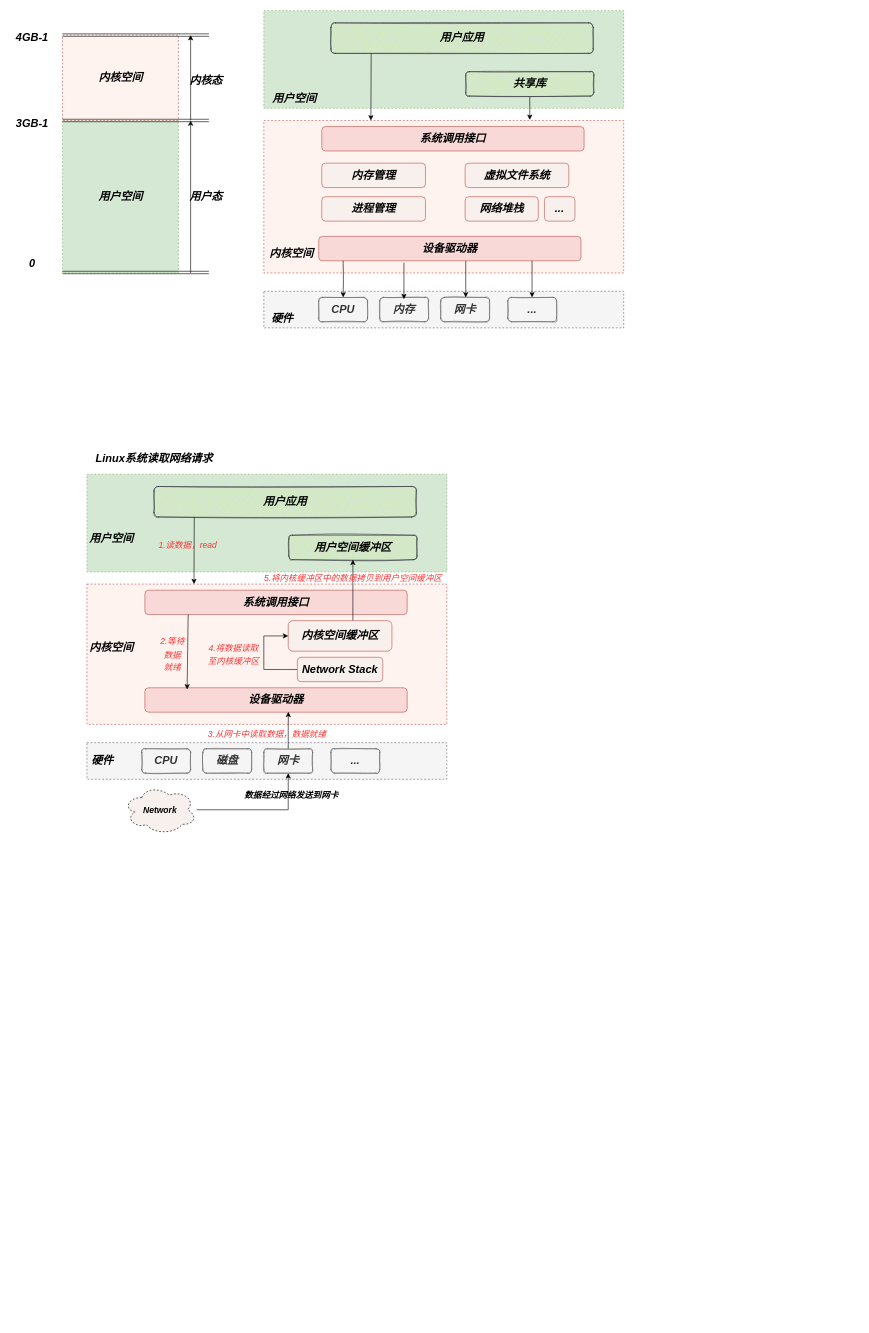
Bukayoooo/Draws keeps this draw.io diagram as network.drawio. Above is the earlier version. Source tidied: cells renumbered, new cells numbered last; positions are measured from the earlier drawing's top-left corner, leaving out a move shared by most shapes. Both pictures are drawn from the tidied source at 61%, with x=0, y=0 at pixel (10, 10).
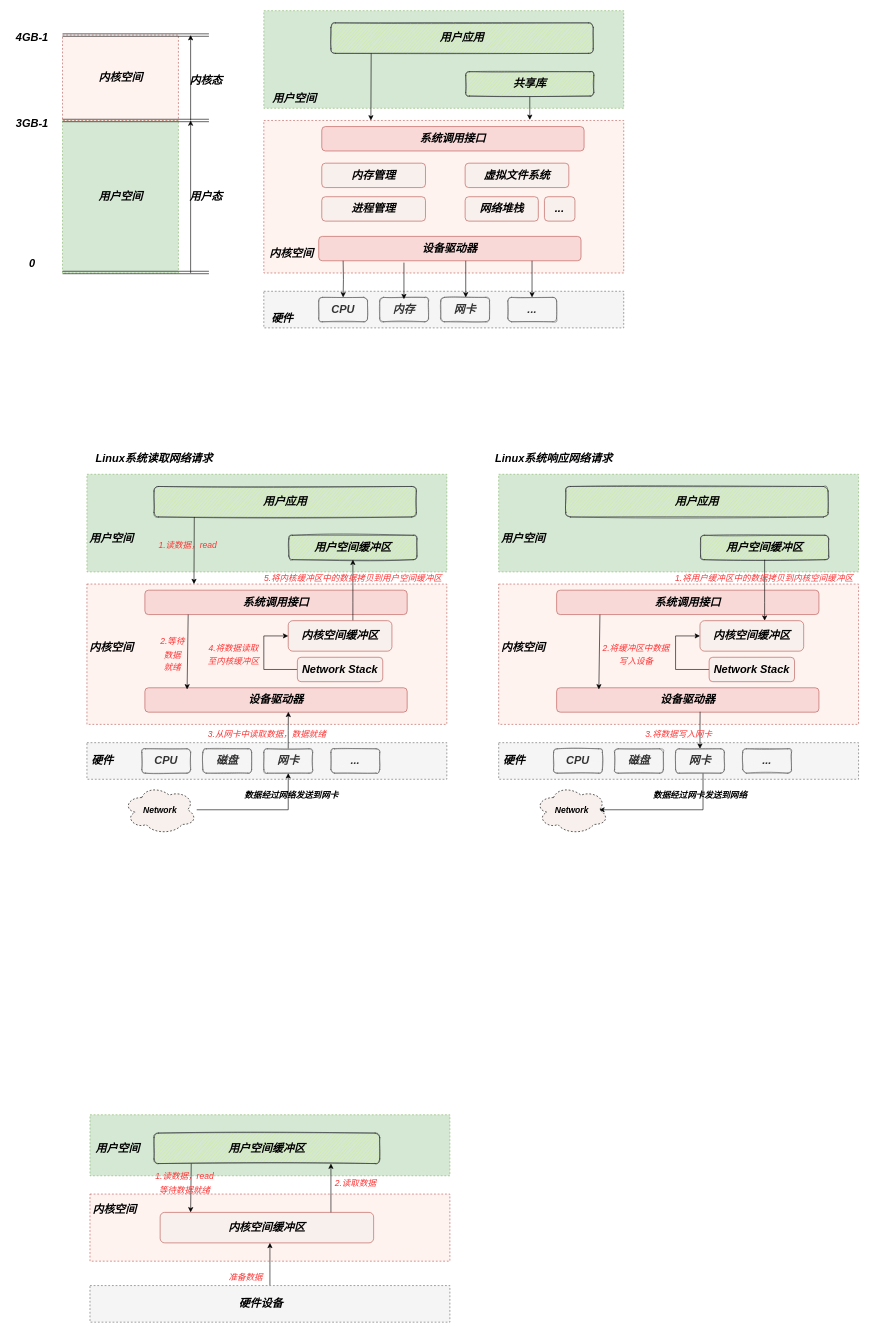
After the change.

What changed in the source:
```diff
@@
+    <mxCell id="71" value="&lt;b&gt;&lt;i&gt;Linux系统响应网络请求&lt;/i&gt;&lt;/b&gt;" style="text;html=1;align=center;verticalAlign=middle;strokeColor=none;fillColor=none;fontSize=18;" parent="1" vertex="1">
+      <mxGeometry x="785" y="720" width="210" height="30" as="geometry" />
+    </mxCell>
+    <mxCell id="72" style="rounded=0;whiteSpace=wrap;html=1;sketch=0;fontSize=18;dashed=1;fillColor=#d5e8d4;strokeColor=#82b366;shadow=0;" parent="1" vertex="1">
+      <mxGeometry x="800" y="760" width="590" height="160" as="geometry" />
+    </mxCell>
+    <mxCell id="73" value="&lt;font style=&quot;font-size: 18px;&quot;&gt;&lt;b&gt;&lt;i&gt;用户应用&lt;/i&gt;&lt;/b&gt;&lt;/font&gt;" style="rounded=1;whiteSpace=wrap;html=1;fillColor=#cdeb8b;strokeColor=#36393d;sketch=1;" parent="1" vertex="1">
+      <mxGeometry x="910" y="780" width="430" height="50" as="geometry" />
+    </mxCell>
+    <mxCell id="74" value="&lt;span style=&quot;font-size: 18px;&quot;&gt;&lt;b&gt;&lt;i&gt;用户空间缓冲区&lt;/i&gt;&lt;/b&gt;&lt;/span&gt;" style="rounded=1;whiteSpace=wrap;html=1;fillColor=#cdeb8b;strokeColor=#36393d;sketch=1;" parent="1" vertex="1">
+      <mxGeometry x="1131" y="860" width="210" height="40" as="geometry" />
+    </mxCell>
+    <mxCell id="75" value="&lt;b&gt;&lt;i&gt;用户空间&lt;/i&gt;&lt;/b&gt;" style="text;html=1;align=center;verticalAlign=middle;strokeColor=none;fillColor=none;fontSize=18;" parent="1" vertex="1">
+      <mxGeometry x="795" y="850" width="90" height="30" as="geometry" />
+    </mxCell>
+    <mxCell id="76" style="rounded=0;whiteSpace=wrap;html=1;sketch=0;fontSize=18;dashed=1;fillColor=#FFF3F0;strokeColor=#b85450;shadow=0;" parent="1" vertex="1">
+      <mxGeometry x="800" y="940" width="590" height="230" as="geometry" />
+    </mxCell>
+    <mxCell id="77" value="&lt;font style=&quot;font-size: 18px;&quot;&gt;&lt;b&gt;&lt;i&gt;系统调用接口&lt;/i&gt;&lt;/b&gt;&lt;/font&gt;" style="rounded=1;whiteSpace=wrap;html=1;fillColor=#F8D9D8;strokeColor=#b85450;sketch=0;" parent="1" vertex="1">
+      <mxGeometry x="895" y="950" width="430" height="40" as="geometry" />
+    </mxCell>
+    <mxCell id="78" value="&lt;b&gt;&lt;i&gt;内核空间&lt;/i&gt;&lt;/b&gt;" style="text;html=1;align=center;verticalAlign=middle;strokeColor=none;fillColor=none;fontSize=18;" parent="1" vertex="1">
+      <mxGeometry x="795" y="1030" width="90" height="30" as="geometry" />
+    </mxCell>
+    <mxCell id="79" style="edgeStyle=orthogonalEdgeStyle;rounded=0;jettySize=auto;html=1;entryX=0.5;entryY=1;entryDx=0;entryDy=0;fontSize=14;endArrow=none;endFill=0;startArrow=classic;startFill=1;" parent="1" edge="1" source="80" target="74">
+      <mxGeometry relative="1" as="geometry">
+        <Array as="points">
+          <mxPoint x="1236" y="970" />
+          <mxPoint x="1236" y="970" />
+        </Array>
+      </mxGeometry>
+    </mxCell>
+    <mxCell id="80" value="&lt;span style=&quot;font-size: 18px;&quot;&gt;&lt;b&gt;&lt;i&gt;内核空间缓冲区&lt;/i&gt;&lt;/b&gt;&lt;/span&gt;" style="rounded=1;whiteSpace=wrap;html=1;fillColor=#F8F0EC;strokeColor=#b85450;sketch=0;" parent="1" vertex="1">
+      <mxGeometry x="1130" y="1000" width="170" height="50" as="geometry" />
+    </mxCell>
+    <mxCell id="81" value="&lt;span style=&quot;font-size: 18px;&quot;&gt;&lt;b&gt;&lt;i&gt;设备驱动器&lt;/i&gt;&lt;/b&gt;&lt;/span&gt;" style="rounded=1;whiteSpace=wrap;html=1;fillColor=#F8D9D8;strokeColor=#b85450;sketch=0;" parent="1" vertex="1">
+      <mxGeometry x="895" y="1110" width="430" height="40" as="geometry" />
+    </mxCell>
+    <mxCell id="82" style="rounded=0;whiteSpace=wrap;html=1;sketch=0;fontSize=18;dashed=1;fillColor=#f5f5f5;strokeColor=#666666;shadow=0;fontColor=#333333;" parent="1" vertex="1">
+      <mxGeometry x="800" y="1200" width="590" height="60" as="geometry" />
+    </mxCell>
+    <mxCell id="83" value="&lt;span style=&quot;font-size: 18px;&quot;&gt;&lt;b&gt;&lt;i&gt;CPU&lt;/i&gt;&lt;/b&gt;&lt;/span&gt;" style="rounded=1;whiteSpace=wrap;html=1;fillColor=#f5f5f5;strokeColor=#666666;sketch=1;fontColor=#333333;" parent="1" vertex="1">
+      <mxGeometry x="890" y="1210" width="80" height="40" as="geometry" />
+    </mxCell>
+    <mxCell id="84" value="&lt;b&gt;&lt;i&gt;硬件&lt;/i&gt;&lt;/b&gt;" style="text;html=1;align=center;verticalAlign=middle;strokeColor=none;fillColor=none;fontSize=18;" parent="1" vertex="1">
+      <mxGeometry x="800" y="1215" width="50" height="30" as="geometry" />
+    </mxCell>
+    <mxCell id="85" value="&lt;span style=&quot;font-size: 18px;&quot;&gt;&lt;b&gt;&lt;i&gt;磁盘&lt;/i&gt;&lt;/b&gt;&lt;/span&gt;" style="rounded=1;whiteSpace=wrap;html=1;fillColor=#f5f5f5;strokeColor=#666666;sketch=1;fontColor=#333333;" parent="1" vertex="1">
+      <mxGeometry x="990" y="1210" width="80" height="40" as="geometry" />
+    </mxCell>
+    <mxCell id="86" style="edgeStyle=orthogonalEdgeStyle;rounded=0;jettySize=auto;html=1;fontSize=18;entryX=0.547;entryY=0.983;entryDx=0;entryDy=0;entryPerimeter=0;endArrow=none;endFill=0;startArrow=classic;startFill=1;" parent="1" edge="1" source="88" target="81">
+      <mxGeometry relative="1" as="geometry" />
+    </mxCell>
+    <mxCell id="87" style="edgeStyle=orthogonalEdgeStyle;rounded=0;jettySize=auto;html=1;entryX=0.875;entryY=0.5;entryDx=0;entryDy=0;entryPerimeter=0;fontSize=14;fontColor=#FF3333;startArrow=none;startFill=0;endArrow=classic;endFill=1;" parent="1" edge="1" source="88" target="91">
+      <mxGeometry relative="1" as="geometry">
+        <Array as="points">
+          <mxPoint x="1135" y="1310" />
+        </Array>
+      </mxGeometry>
+    </mxCell>
+    <mxCell id="88" value="&lt;span style=&quot;font-size: 18px;&quot;&gt;&lt;b&gt;&lt;i&gt;网卡&lt;/i&gt;&lt;/b&gt;&lt;/span&gt;" style="rounded=1;whiteSpace=wrap;html=1;fillColor=#f5f5f5;strokeColor=#666666;sketch=1;fontColor=#333333;" parent="1" vertex="1">
+      <mxGeometry x="1090" y="1210" width="80" height="40" as="geometry" />
+    </mxCell>
+    <mxCell id="89" value="&lt;span style=&quot;font-size: 18px;&quot;&gt;&lt;b&gt;&lt;i&gt;...&lt;/i&gt;&lt;/b&gt;&lt;/span&gt;" style="rounded=1;whiteSpace=wrap;html=1;fillColor=#f5f5f5;strokeColor=#666666;sketch=1;fontColor=#333333;" parent="1" vertex="1">
+      <mxGeometry x="1200" y="1210" width="80" height="40" as="geometry" />
+    </mxCell>
+    <mxCell id="90" value="&lt;b&gt;&lt;i&gt;&lt;font style=&quot;font-size: 14px;&quot;&gt;数据经过网卡发送到网络&lt;/font&gt;&lt;/i&gt;&lt;/b&gt;" style="text;html=1;align=center;verticalAlign=middle;strokeColor=none;fillColor=none;fontSize=18;" parent="1" vertex="1">
+      <mxGeometry x="1045" y="1270" width="170" height="30" as="geometry" />
+    </mxCell>
+    <mxCell id="91" value="&lt;b&gt;&lt;i&gt;Network&lt;/i&gt;&lt;/b&gt;" style="ellipse;shape=cloud;whiteSpace=wrap;html=1;shadow=0;dashed=1;sketch=0;fontSize=14;fillColor=#F8F0EC;" parent="1" vertex="1">
+      <mxGeometry x="860" y="1270" width="120" height="80" as="geometry" />
+    </mxCell>
+    <mxCell id="92" style="endArrow=classic;html=1;rounded=0;fontSize=18;entryX=0.161;entryY=0.067;entryDx=0;entryDy=0;entryPerimeter=0;" parent="1" edge="1" target="81">
+      <mxGeometry relative="1" as="geometry">
+        <mxPoint x="966" y="990" as="sourcePoint" />
+      </mxGeometry>
+    </mxCell>
+    <mxCell id="93" style="edgeStyle=orthogonalEdgeStyle;rounded=0;jettySize=auto;html=1;entryX=0;entryY=0.5;entryDx=0;entryDy=0;fontSize=14;exitX=0;exitY=0.5;exitDx=0;exitDy=0;" parent="1" edge="1" source="94" target="80">
+      <mxGeometry relative="1" as="geometry">
+        <Array as="points">
+          <mxPoint x="1090" y="1080" />
+          <mxPoint x="1090" y="1025" />
+        </Array>
+      </mxGeometry>
+    </mxCell>
+    <mxCell id="94" value="&lt;span style=&quot;font-size: 18px;&quot;&gt;&lt;b&gt;&lt;i&gt;Network Stack&lt;/i&gt;&lt;/b&gt;&lt;/span&gt;" style="rounded=1;whiteSpace=wrap;html=1;fillColor=#F8F0EC;strokeColor=#b85450;sketch=0;" parent="1" vertex="1">
+      <mxGeometry x="1145" y="1060" width="140" height="40" as="geometry" />
+    </mxCell>
+    <mxCell id="95" value="&lt;span style=&quot;font-size: 14px;&quot;&gt;&lt;i&gt;&lt;font color=&quot;#ff3333&quot;&gt;3.将数据写入网卡&lt;/font&gt;&lt;/i&gt;&lt;/span&gt;" style="text;html=1;align=center;verticalAlign=middle;strokeColor=none;fillColor=none;fontSize=18;" parent="1" vertex="1">
+      <mxGeometry x="1030" y="1170" width="130" height="30" as="geometry" />
+    </mxCell>
+    <mxCell id="96" value="&lt;font color=&quot;#ff3333&quot;&gt;&lt;span style=&quot;font-size: 14px;&quot;&gt;&lt;i&gt;2.将缓冲区中数据&lt;br&gt;写入设备&lt;/i&gt;&lt;/span&gt;&lt;/font&gt;" style="text;html=1;align=center;verticalAlign=middle;strokeColor=none;fillColor=none;fontSize=18;" parent="1" vertex="1">
+      <mxGeometry x="960" y="1030" width="130" height="50" as="geometry" />
+    </mxCell>
+    <mxCell id="97" value="&lt;span style=&quot;font-size: 14px;&quot;&gt;&lt;i&gt;&lt;font color=&quot;#ff3333&quot;&gt;1.将用户缓冲区中的数据拷贝到内核空间缓冲区&lt;/font&gt;&lt;/i&gt;&lt;/span&gt;" style="text;html=1;align=center;verticalAlign=middle;strokeColor=none;fillColor=none;fontSize=18;" parent="1" vertex="1">
+      <mxGeometry x="1080" y="915" width="310" height="30" as="geometry" />
+    </mxCell>
+    <mxCell id="98" style="rounded=0;whiteSpace=wrap;html=1;sketch=0;fontSize=18;dashed=1;fillColor=#d5e8d4;strokeColor=#82b366;shadow=0;" parent="1" vertex="1">
+      <mxGeometry x="130" y="1810" width="590" height="100" as="geometry" />
+    </mxCell>
+    <mxCell id="99" value="&lt;span style=&quot;font-size: 18px;&quot;&gt;&lt;b&gt;&lt;i&gt;用户空间缓冲区&lt;/i&gt;&lt;/b&gt;&lt;/span&gt;" style="rounded=1;whiteSpace=wrap;html=1;fillColor=#cdeb8b;strokeColor=#36393d;sketch=1;" parent="1" vertex="1">
+      <mxGeometry x="235" y="1840" width="370" height="50" as="geometry" />
+    </mxCell>
+    <mxCell id="100" value="&lt;b&gt;&lt;i&gt;用户空间&lt;/i&gt;&lt;/b&gt;" style="text;html=1;align=center;verticalAlign=middle;strokeColor=none;fillColor=none;fontSize=18;" parent="1" vertex="1">
+      <mxGeometry x="130" y="1850" width="90" height="30" as="geometry" />
+    </mxCell>
+    <mxCell id="101" style="rounded=0;whiteSpace=wrap;html=1;sketch=0;fontSize=18;dashed=1;fillColor=#FFF3F0;strokeColor=#b85450;shadow=0;" parent="1" vertex="1">
+      <mxGeometry x="130" y="1940" width="590" height="110" as="geometry" />
+    </mxCell>
+    <mxCell id="102" value="&lt;b&gt;&lt;i&gt;内核空间&lt;/i&gt;&lt;/b&gt;" style="text;html=1;align=center;verticalAlign=middle;strokeColor=none;fillColor=none;fontSize=18;" parent="1" vertex="1">
+      <mxGeometry x="125" y="1950" width="90" height="30" as="geometry" />
+    </mxCell>
+    <mxCell id="103" value="&lt;span style=&quot;font-size: 18px;&quot;&gt;&lt;b&gt;&lt;i&gt;内核空间缓冲区&lt;/i&gt;&lt;/b&gt;&lt;/span&gt;" style="rounded=1;whiteSpace=wrap;html=1;fillColor=#F8F0EC;strokeColor=#b85450;sketch=0;" parent="1" vertex="1">
+      <mxGeometry x="245" y="1970" width="350" height="50" as="geometry" />
+    </mxCell>
+    <mxCell id="104" style="edgeStyle=orthogonalEdgeStyle;rounded=0;jettySize=auto;html=1;fontSize=14;fontColor=#FF3333;startArrow=none;startFill=0;endArrow=classic;endFill=1;" parent="1" edge="1" source="105">
+      <mxGeometry relative="1" as="geometry">
+        <mxPoint x="425" y="2020" as="targetPoint" />
+      </mxGeometry>
+    </mxCell>
+    <mxCell id="105" style="rounded=0;whiteSpace=wrap;html=1;sketch=0;fontSize=18;dashed=1;fillColor=#f5f5f5;strokeColor=#666666;shadow=0;fontColor=#333333;" parent="1" vertex="1">
+      <mxGeometry x="130" y="2090" width="590" height="60" as="geometry" />
+    </mxCell>
+    <mxCell id="106" value="&lt;b&gt;&lt;i&gt;硬件设备&lt;/i&gt;&lt;/b&gt;" style="text;html=1;align=center;verticalAlign=middle;strokeColor=none;fillColor=none;fontSize=18;" parent="1" vertex="1">
+      <mxGeometry x="365" y="2105" width="90" height="30" as="geometry" />
+    </mxCell>
+    <mxCell id="107" style="endArrow=classic;html=1;rounded=0;fontSize=18;" parent="1" edge="1">
+      <mxGeometry relative="1" as="geometry">
+        <mxPoint x="296" y="1890" as="sourcePoint" />
+        <mxPoint x="295" y="1970" as="targetPoint" />
+      </mxGeometry>
+    </mxCell>
+    <mxCell id="108" value="&lt;i style=&quot;&quot;&gt;&lt;font color=&quot;#ff3333&quot; style=&quot;font-size: 14px;&quot;&gt;1.读数据，read&lt;br&gt;等待数据就绪&lt;br&gt;&lt;/font&gt;&lt;/i&gt;" style="text;html=1;align=center;verticalAlign=middle;strokeColor=none;fillColor=none;fontSize=18;" parent="1" vertex="1">
+      <mxGeometry x="230" y="1896" width="110" height="50" as="geometry" />
+    </mxCell>
+    <mxCell id="109" value="&lt;i style=&quot;&quot;&gt;&lt;font color=&quot;#ff3333&quot; style=&quot;font-size: 14px;&quot;&gt;准备数据&lt;br&gt;&lt;/font&gt;&lt;/i&gt;" style="text;html=1;align=center;verticalAlign=middle;strokeColor=none;fillColor=none;fontSize=18;" parent="1" vertex="1">
+      <mxGeometry x="350" y="2060" width="70" height="30" as="geometry" />
+    </mxCell>
+    <mxCell id="110" style="edgeStyle=orthogonalEdgeStyle;rounded=0;orthogonalLoop=1;jettySize=auto;html=1;fontSize=14;fontColor=#FF3333;startArrow=none;startFill=0;endArrow=classic;endFill=1;" parent="1" edge="1">
+      <mxGeometry relative="1" as="geometry">
+        <mxPoint x="525" y="1970" as="sourcePoint" />
+        <mxPoint x="525" y="1890" as="targetPoint" />
+      </mxGeometry>
+    </mxCell>
+    <mxCell id="111" value="&lt;i style=&quot;&quot;&gt;&lt;font color=&quot;#ff3333&quot; style=&quot;font-size: 14px;&quot;&gt;2.读取数据&lt;br&gt;&lt;/font&gt;&lt;/i&gt;" style="text;html=1;align=center;verticalAlign=middle;strokeColor=none;fillColor=none;fontSize=18;" parent="1" vertex="1">
+      <mxGeometry x="525" y="1906" width="80" height="30" as="geometry" />
+    </mxCell>
```
